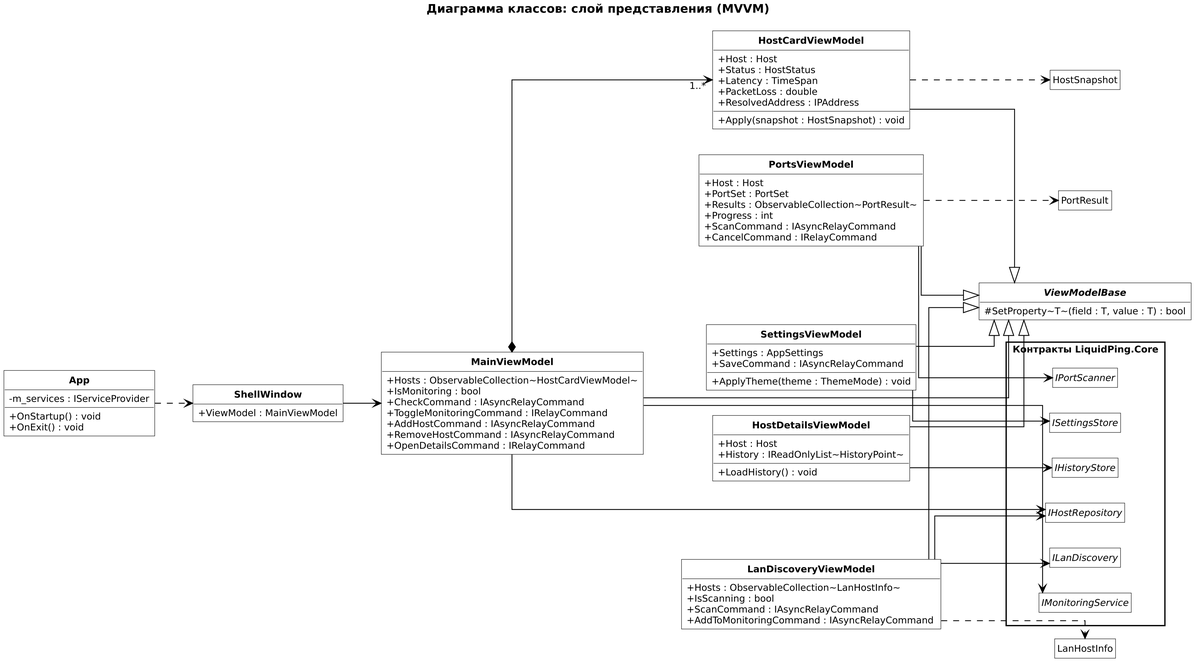
Above: docs/uml/img/class-viewmodels.png in Levandovskii/liquid-ping (PlantUML), before the change. Its source is kept beside it as docs/uml/src/class-viewmodels.puml.
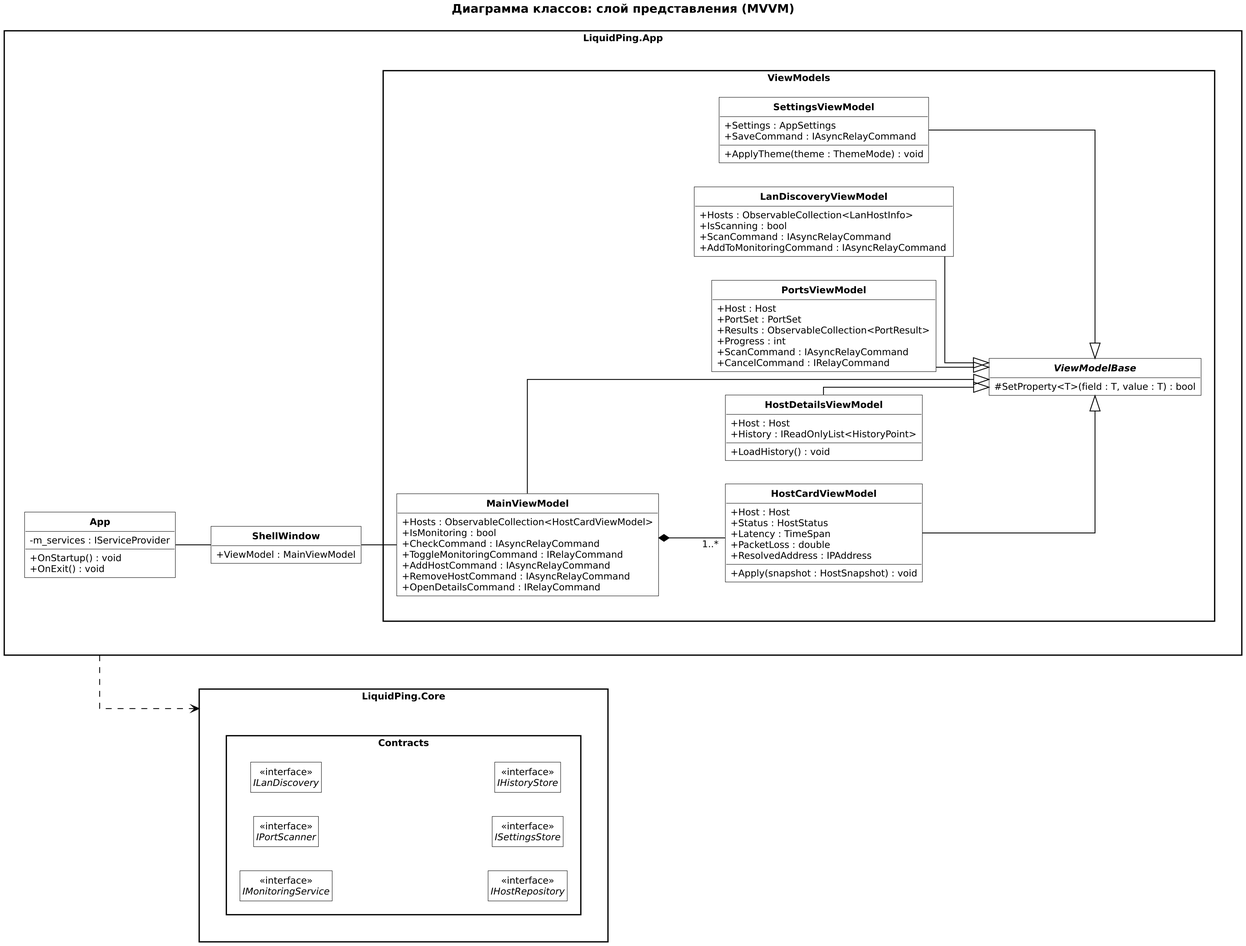
The same diagram one commit later.

Diff of the diagram source:
```diff
@@ -7,8 +7,8 @@
 skinparam defaultFontName "DejaVu Sans"
 skinparam defaultFontSize 11
 skinparam packageStyle rectangle
-skinparam nodesep 30
-skinparam ranksep 45
+skinparam nodesep 28
+skinparam ranksep 42
 skinparam ArrowColor #000000
 skinparam classBackgroundColor #FFFFFF
 skinparam classBorderColor #000000
@@ -18,8 +18,6 @@
 skinparam stereotypeCBackgroundColor #FFFFFF
 skinparam packageBackgroundColor #FFFFFF
 skinparam packageBorderColor #000000
-skinparam noteBackgroundColor #FFFFFF
-skinparam noteBorderColor #000000
 skinparam linetype ortho
 skinparam roundCorner 0
 hide empty members
@@ -27,8 +25,7 @@
 
 title Диаграмма классов: слой представления (MVVM)
 
-
-
+package "LiquidPing.App" {
   class "**App**" as App {
     -m_services : IServiceProvider
     +OnStartup() : void
@@ -39,71 +36,78 @@
     +ViewModel : MainViewModel
   }
 
-  abstract class "**ViewModelBase**" as ViewModelBase {
-    #SetProperty~T~(field : T, value : T) : bool
+  package "ViewModels" {
+    abstract class "**ViewModelBase**" as ViewModelBase {
+      #SetProperty<T>(field : T, value : T) : bool
+    }
+
+    class "**MainViewModel**" as MainViewModel {
+      +Hosts : ObservableCollection<HostCardViewModel>
+      +IsMonitoring : bool
+      +CheckCommand : IAsyncRelayCommand
+      +ToggleMonitoringCommand : IRelayCommand
+      +AddHostCommand : IAsyncRelayCommand
+      +RemoveHostCommand : IAsyncRelayCommand
+      +OpenDetailsCommand : IRelayCommand
+    }
+
+    class "**HostCardViewModel**" as HostCardViewModel {
+      +Host : Host
+      +Status : HostStatus
+      +Latency : TimeSpan
+      +PacketLoss : double
+      +ResolvedAddress : IPAddress
+      +Apply(snapshot : HostSnapshot) : void
+    }
+
+    class "**HostDetailsViewModel**" as HostDetailsViewModel {
+      +Host : Host
+      +History : IReadOnlyList<HistoryPoint>
+      +LoadHistory() : void
+    }
+
+    class "**PortsViewModel**" as PortsViewModel {
+      +Host : Host
+      +PortSet : PortSet
+      +Results : ObservableCollection<PortResult>
+      +Progress : int
+      +ScanCommand : IAsyncRelayCommand
+      +CancelCommand : IRelayCommand
+    }
+
+    class "**LanDiscoveryViewModel**" as LanDiscoveryViewModel {
+      +Hosts : ObservableCollection<LanHostInfo>
+      +IsScanning : bool
+      +ScanCommand : IAsyncRelayCommand
+      +AddToMonitoringCommand : IAsyncRelayCommand
+    }
+
+    class "**SettingsViewModel**" as SettingsViewModel {
+      +Settings : AppSettings
+      +SaveCommand : IAsyncRelayCommand
+      +ApplyTheme(theme : ThemeMode) : void
+    }
   }
-
-  class "**MainViewModel**" as MainViewModel {
-    +Hosts : ObservableCollection~HostCardViewModel~
-    +IsMonitoring : bool
-    +CheckCommand : IAsyncRelayCommand
-    +ToggleMonitoringCommand : IRelayCommand
-    +AddHostCommand : IAsyncRelayCommand
-    +RemoveHostCommand : IAsyncRelayCommand
-    +OpenDetailsCommand : IRelayCommand
-  }
-
-  class "**HostCardViewModel**" as HostCardViewModel {
-    +Host : Host
-    +Status : HostStatus
-    +Latency : TimeSpan
-    +PacketLoss : double
-    +ResolvedAddress : IPAddress
-    +Apply(snapshot : HostSnapshot) : void
-  }
-
-  class "**HostDetailsViewModel**" as HostDetailsViewModel {
-    +Host : Host
-    +History : IReadOnlyList~HistoryPoint~
-    +LoadHistory() : void
-  }
-
-  class "**PortsViewModel**" as PortsViewModel {
-    +Host : Host
-    +PortSet : PortSet
-    +Results : ObservableCollection~PortResult~
-    +Progress : int
-    +ScanCommand : IAsyncRelayCommand
-    +CancelCommand : IRelayCommand
-  }
-
-  class "**LanDiscoveryViewModel**" as LanDiscoveryViewModel {
-    +Hosts : ObservableCollection~LanHostInfo~
-    +IsScanning : bool
-    +ScanCommand : IAsyncRelayCommand
-    +AddToMonitoringCommand : IAsyncRelayCommand
-  }
-
-  class "**SettingsViewModel**" as SettingsViewModel {
-    +Settings : AppSettings
-    +SaveCommand : IAsyncRelayCommand
-    +ApplyTheme(theme : ThemeMode) : void
-  }
-
-
-
-package "Контракты LiquidPing.Core" {
-  interface IMonitoringService
-  interface IPortScanner
-  interface ILanDiscovery
-  interface IHostRepository
-  interface ISettingsStore
-  interface IHistoryStore
 }
 
-App ..> ShellWindow
+package "LiquidPing.Core" {
+  package "Contracts" {
+    interface "IMonitoringService" as IMonitoringService <<interface>>
 
-ShellWindow --> MainViewModel
+    interface "IPortScanner" as IPortScanner <<interface>>
+
+    interface "ILanDiscovery" as ILanDiscovery <<interface>>
+
+    interface "IHostRepository" as IHostRepository <<interface>>
+
+    interface "ISettingsStore" as ISettingsStore <<interface>>
+
+    interface "IHistoryStore" as IHistoryStore <<interface>>
+  }
+}
+
+App -- ShellWindow
+ShellWindow -- MainViewModel
 
 MainViewModel --|> ViewModelBase
 HostCardViewModel --|> ViewModelBase
@@ -112,16 +116,7 @@
 LanDiscoveryViewModel --|> ViewModelBase
 SettingsViewModel --|> ViewModelBase
 
-MainViewModel --> IMonitoringService
-MainViewModel --> IHostRepository
-MainViewModel *--> "1..*" HostCardViewModel
-HostDetailsViewModel --> IHistoryStore
-PortsViewModel --> IPortScanner
-LanDiscoveryViewModel --> ILanDiscovery
-LanDiscoveryViewModel --> IHostRepository
-SettingsViewModel --> ISettingsStore
+MainViewModel *-- "1..*" HostCardViewModel
 
-HostCardViewModel ..> HostSnapshot
-PortsViewModel ..> PortResult
-LanDiscoveryViewModel ..> LanHostInfo
+LiquidPing.App::ViewModels ..> LiquidPing.Core::Contracts
 @enduml
```
